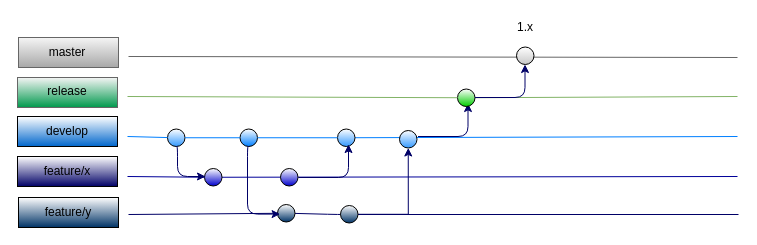
Above: Feature-develop-release-master.drawio in sandy03934/drawiodiagrams (draw.io), before the change. Source tidied: cells renumbered, new cells numbered last; positions are measured from the earlier drawing's top-left corner, leaving out a move shared by most shapes. Both pictures are drawn from the tidied source at 100%, with x=0, y=0 at pixel (17, 17).
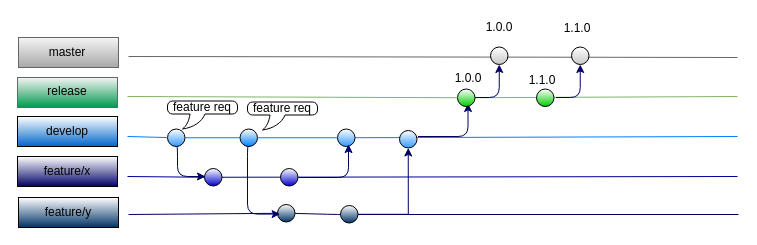
After the change.

Diff of the diagram source:
```diff
@@
     <mxCell id="36" style="ellipse;whiteSpace=wrap;html=1;gradientColor=#C7C7C7;" parent="1" vertex="1">
-      <mxGeometry x="499" y="29.5" width="17.5" height="17.5" as="geometry" />
+      <mxGeometry x="473" y="29.5" width="17.5" height="17.5" as="geometry" />
     </mxCell>
-    <mxCell id="37" style="edgeStyle=elbowEdgeStyle;elbow=vertical;endArrow=classic;html=1;strokeColor=#000066;" parent="1" edge="1">
+    <mxCell id="37" style="edgeStyle=elbowEdgeStyle;elbow=vertical;endArrow=classic;html=1;strokeColor=#000066;entryX=0.5;entryY=1;entryDx=0;entryDy=0;" parent="1" edge="1" target="36">
       <mxGeometry relative="1" as="geometry">
         <mxPoint x="457.5" y="80" as="sourcePoint" />
-        <mxPoint x="507.5" y="47" as="targetPoint" />
         <Array as="points">
           <mxPoint x="507.5" y="80" />
         </Array>
       </mxGeometry>
     </mxCell>
-    <mxCell id="38" value="1.x" style="text;html=1;strokeColor=none;fillColor=none;align=center;verticalAlign=middle;whiteSpace=wrap;rounded=0;" parent="1" vertex="1">
-      <mxGeometry x="488" width="40" height="20" as="geometry" />
+    <mxCell id="38" value="1.0.0" style="text;html=1;strokeColor=none;fillColor=none;align=center;verticalAlign=middle;whiteSpace=wrap;rounded=0;" parent="1" vertex="1">
+      <mxGeometry x="461.8" width="40" height="20" as="geometry" />
     </mxCell>
@@
+    <mxCell id="40" value="1.0.0" style="text;html=1;strokeColor=none;fillColor=none;align=center;verticalAlign=middle;whiteSpace=wrap;rounded=0;" parent="1" vertex="1">
+      <mxGeometry x="431" y="51" width="40" height="20" as="geometry" />
+    </mxCell>
+    <mxCell id="41" value="feature req" style="whiteSpace=wrap;html=1;shape=mxgraph.basic.roundRectCallout;dx=30;dy=15;size=5;boundedLbl=1;" parent="1" vertex="1">
+      <mxGeometry x="150" y="83.5" width="70" height="28" as="geometry" />
+    </mxCell>
+    <mxCell id="42" value="feature req" style="whiteSpace=wrap;html=1;shape=mxgraph.basic.roundRectCallout;dx=30;dy=15;size=5;boundedLbl=1;" parent="1" vertex="1">
+      <mxGeometry x="230" y="84.5" width="70" height="28" as="geometry" />
+    </mxCell>
+    <mxCell id="43" style="ellipse;whiteSpace=wrap;html=1;gradientColor=#00CC00;" parent="1" vertex="1">
+      <mxGeometry x="519" y="71.5" width="17.5" height="17.5" as="geometry" />
+    </mxCell>
+    <mxCell id="44" value="1.1.0" style="text;html=1;strokeColor=none;fillColor=none;align=center;verticalAlign=middle;whiteSpace=wrap;rounded=0;" parent="1" vertex="1">
+      <mxGeometry x="505" y="53" width="40" height="20" as="geometry" />
+    </mxCell>
+    <mxCell id="45" style="ellipse;whiteSpace=wrap;html=1;gradientColor=#C7C7C7;" parent="1" vertex="1">
+      <mxGeometry x="554" y="29.5" width="17.5" height="17.5" as="geometry" />
+    </mxCell>
+    <mxCell id="46" style="edgeStyle=elbowEdgeStyle;elbow=vertical;endArrow=classic;html=1;strokeColor=#000066;entryX=0.5;entryY=1;entryDx=0;entryDy=0;" parent="1" edge="1" target="45">
+      <mxGeometry relative="1" as="geometry">
+        <mxPoint x="538.5" y="80" as="sourcePoint" />
+        <Array as="points">
+          <mxPoint x="588.5" y="80" />
+        </Array>
+      </mxGeometry>
+    </mxCell>
+    <mxCell id="47" value="1.1.0" style="text;html=1;strokeColor=none;fillColor=none;align=center;verticalAlign=middle;whiteSpace=wrap;rounded=0;" parent="1" vertex="1">
+      <mxGeometry x="539.8" y="1" width="40" height="20" as="geometry" />
+    </mxCell>
```
